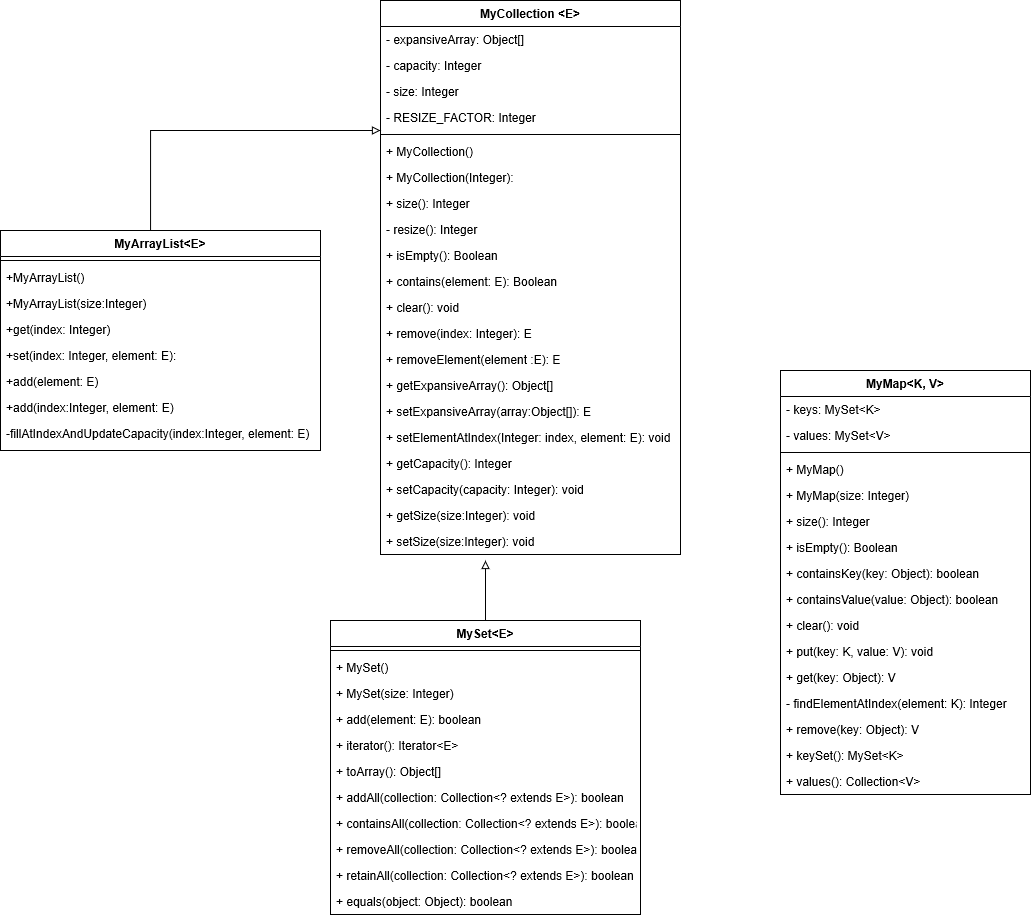
code-differently/StayReadyLab13 keeps this draw.io diagram as StayReadyLab13UML.png. Above is the earlier version. Source tidied: cells renumbered, new cells last; positions are measured from the earlier drawing's top-left corner, leaving out a move shared by most shapes.
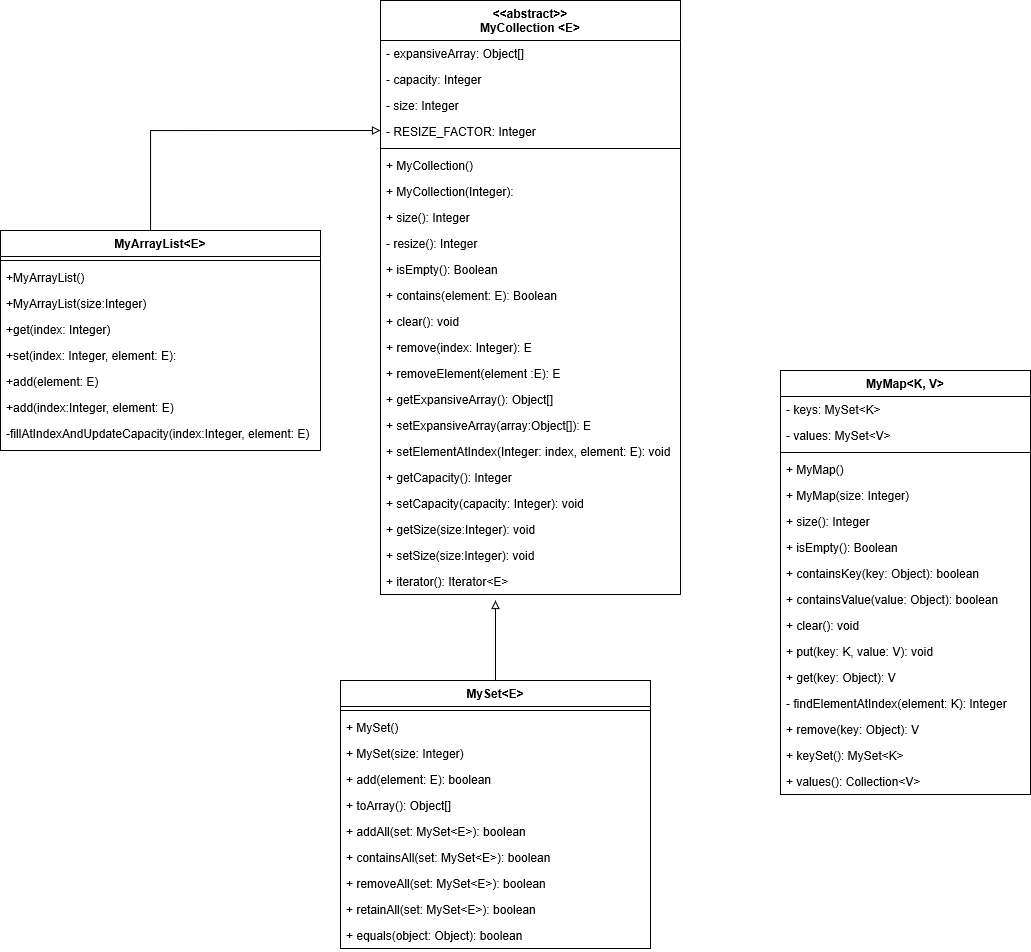
The same diagram one commit later.

Change to the diagram source:
```diff
@@ -37,113 +37,80 @@
     <mxCell id="11" value="-fillAtIndexAndUpdateCapacity(index:Integer, element: E)" style="text;align=left;verticalAlign=top;spacingLeft=4;spacingRight=4;overflow=hidden;" parent="3" vertex="1">
       <mxGeometry y="190" width="320" height="26" as="geometry" />
     </mxCell>
-    <mxCell id="12" value="MyCollection &lt;E&gt;" style="swimlane;fontStyle=1;align=center;verticalAlign=top;horizontal=1;startSize=26;" parent="1" vertex="1">
-      <mxGeometry x="380" width="300" height="554" as="geometry" />
+    <mxCell id="12" value="&lt;&lt;abstract&gt;&gt;&#10;MyCollection &lt;E&gt;" style="swimlane;fontStyle=1;align=center;verticalAlign=top;horizontal=1;startSize=40;" parent="1" vertex="1">
+      <mxGeometry x="380" width="300" height="594" as="geometry" />
     </mxCell>
     <mxCell id="13" value="- expansiveArray: Object[]" style="text;strokeColor=none;fillColor=none;align=left;verticalAlign=top;spacingLeft=4;spacingRight=4;overflow=hidden;" parent="12" vertex="1">
-      <mxGeometry y="26" width="300" height="26" as="geometry" />
+      <mxGeometry y="40" width="300" height="26" as="geometry" />
     </mxCell>
     <mxCell id="14" value="- capacity: Integer" style="text;strokeColor=none;fillColor=none;align=left;verticalAlign=top;spacingLeft=4;spacingRight=4;overflow=hidden;" parent="12" vertex="1">
-      <mxGeometry y="52" width="300" height="26" as="geometry" />
+      <mxGeometry y="66" width="300" height="26" as="geometry" />
     </mxCell>
     <mxCell id="15" value="- size: Integer" style="text;strokeColor=none;fillColor=none;align=left;verticalAlign=top;spacingLeft=4;spacingRight=4;overflow=hidden;" parent="12" vertex="1">
-      <mxGeometry y="78" width="300" height="26" as="geometry" />
+      <mxGeometry y="92" width="300" height="26" as="geometry" />
     </mxCell>
     <mxCell id="16" value="- RESIZE_FACTOR: Integer" style="text;strokeColor=none;fillColor=none;align=left;verticalAlign=top;spacingLeft=4;spacingRight=4;overflow=hidden;" parent="12" vertex="1">
-      <mxGeometry y="104" width="300" height="26" as="geometry" />
+      <mxGeometry y="118" width="300" height="26" as="geometry" />
     </mxCell>
     <mxCell id="17" style="line;strokeWidth=1;fillColor=none;align=left;verticalAlign=middle;spacingTop=-1;spacingLeft=3;spacingRight=3;labelPosition=right;" parent="12" vertex="1">
-      <mxGeometry y="130" width="300" height="8" as="geometry" />
+      <mxGeometry y="144" width="300" height="8" as="geometry" />
     </mxCell>
     <mxCell id="18" value="+ MyCollection()" style="text;strokeColor=none;fillColor=none;align=left;verticalAlign=top;spacingLeft=4;spacingRight=4;overflow=hidden;" parent="12" vertex="1">
-      <mxGeometry y="138" width="300" height="26" as="geometry" />
+      <mxGeometry y="152" width="300" height="26" as="geometry" />
     </mxCell>
     <mxCell id="19" value="+ MyCollection(Integer):" style="text;strokeColor=none;fillColor=none;align=left;verticalAlign=top;spacingLeft=4;spacingRight=4;overflow=hidden;" parent="12" vertex="1">
-      <mxGeometry y="164" width="300" height="26" as="geometry" />
+      <mxGeometry y="178" width="300" height="26" as="geometry" />
     </mxCell>
     <mxCell id="20" value="+ size(): Integer" style="text;strokeColor=none;fillColor=none;align=left;verticalAlign=top;spacingLeft=4;spacingRight=4;overflow=hidden;" parent="12" vertex="1">
-      <mxGeometry y="190" width="300" height="26" as="geometry" />
+      <mxGeometry y="204" width="300" height="26" as="geometry" />
     </mxCell>
     <mxCell id="21" value="- resize(): Integer" style="text;strokeColor=none;fillColor=none;align=left;verticalAlign=top;spacingLeft=4;spacingRight=4;overflow=hidden;" parent="12" vertex="1">
-      <mxGeometry y="216" width="300" height="26" as="geometry" />
+      <mxGeometry y="230" width="300" height="26" as="geometry" />
     </mxCell>
     <mxCell id="22" value="+ isEmpty(): Boolean" style="text;strokeColor=none;fillColor=none;align=left;verticalAlign=top;spacingLeft=4;spacingRight=4;overflow=hidden;" parent="12" vertex="1">
-      <mxGeometry y="242" width="300" height="26" as="geometry" />
+      <mxGeometry y="256" width="300" height="26" as="geometry" />
     </mxCell>
     <mxCell id="23" value="+ contains(element: E): Boolean" style="text;strokeColor=none;fillColor=none;align=left;verticalAlign=top;spacingLeft=4;spacingRight=4;overflow=hidden;" parent="12" vertex="1">
-      <mxGeometry y="268" width="300" height="26" as="geometry" />
+      <mxGeometry y="282" width="300" height="26" as="geometry" />
     </mxCell>
     <mxCell id="24" value="+ clear(): void" style="text;strokeColor=none;fillColor=none;align=left;verticalAlign=top;spacingLeft=4;spacingRight=4;overflow=hidden;" parent="12" vertex="1">
-      <mxGeometry y="294" width="300" height="26" as="geometry" />
+      <mxGeometry y="308" width="300" height="26" as="geometry" />
     </mxCell>
     <mxCell id="25" value="+ remove(index: Integer): E" style="text;strokeColor=none;fillColor=none;align=left;verticalAlign=top;spacingLeft=4;spacingRight=4;overflow=hidden;" parent="12" vertex="1">
-      <mxGeometry y="320" width="300" height="26" as="geometry" />
+      <mxGeometry y="334" width="300" height="26" as="geometry" />
     </mxCell>
     <mxCell id="26" value="+ removeElement(element :E): E" style="text;strokeColor=none;fillColor=none;align=left;verticalAlign=top;spacingLeft=4;spacingRight=4;overflow=hidden;" parent="12" vertex="1">
-      <mxGeometry y="346" width="300" height="26" as="geometry" />
+      <mxGeometry y="360" width="300" height="26" as="geometry" />
     </mxCell>
     <mxCell id="27" value="+ getExpansiveArray(): Object[]" style="text;strokeColor=none;fillColor=none;align=left;verticalAlign=top;spacingLeft=4;spacingRight=4;overflow=hidden;" parent="12" vertex="1">
-      <mxGeometry y="372" width="300" height="26" as="geometry" />
+      <mxGeometry y="386" width="300" height="26" as="geometry" />
     </mxCell>
     <mxCell id="28" value="+ setExpansiveArray(array:Object[]): E" style="text;strokeColor=none;fillColor=none;align=left;verticalAlign=top;spacingLeft=4;spacingRight=4;overflow=hidden;" parent="12" vertex="1">
-      <mxGeometry y="398" width="300" height="26" as="geometry" />
+      <mxGeometry y="412" width="300" height="26" as="geometry" />
     </mxCell>
     <mxCell id="29" value="+ setElementAtIndex(Integer: index, element: E): void" style="text;strokeColor=none;fillColor=none;align=left;verticalAlign=top;spacingLeft=4;spacingRight=4;overflow=hidden;" parent="12" vertex="1">
-      <mxGeometry y="424" width="300" height="26" as="geometry" />
+      <mxGeometry y="438" width="300" height="26" as="geometry" />
     </mxCell>
     <mxCell id="30" value="+ getCapacity(): Integer" style="text;strokeColor=none;fillColor=none;align=left;verticalAlign=top;spacingLeft=4;spacingRight=4;overflow=hidden;" parent="12" vertex="1">
-      <mxGeometry y="450" width="300" height="26" as="geometry" />
+      <mxGeometry y="464" width="300" height="26" as="geometry" />
     </mxCell>
     <mxCell id="31" value="+ setCapacity(capacity: Integer): void" style="text;strokeColor=none;fillColor=none;align=left;verticalAlign=top;spacingLeft=4;spacingRight=4;overflow=hidden;" parent="12" vertex="1">
-      <mxGeometry y="476" width="300" height="26" as="geometry" />
+      <mxGeometry y="490" width="300" height="26" as="geometry" />
     </mxCell>
     <mxCell id="32" value="+ getSize(size:Integer): void" style="text;strokeColor=none;fillColor=none;align=left;verticalAlign=top;spacingLeft=4;spacingRight=4;overflow=hidden;" parent="12" vertex="1">
-      <mxGeometry y="502" width="300" height="26" as="geometry" />
+      <mxGeometry y="516" width="300" height="26" as="geometry" />
     </mxCell>
     <mxCell id="33" value="+ setSize(size:Integer): void" style="text;strokeColor=none;fillColor=none;align=left;verticalAlign=top;spacingLeft=4;spacingRight=4;overflow=hidden;" parent="12" vertex="1">
-      <mxGeometry y="528" width="300" height="26" as="geometry" />
+      <mxGeometry y="542" width="300" height="26" as="geometry" />
     </mxCell>
+    <mxCell id="40" value="+ iterator(): Iterator&lt;E&gt;" style="text;strokeColor=none;fillColor=none;align=left;verticalAlign=top;spacingLeft=4;spacingRight=4;overflow=hidden;" parent="12" vertex="1">
+      <mxGeometry y="568" width="300" height="26" as="geometry" />
+    </mxCell>
     <mxCell id="34" style="edgeStyle=orthogonalEdgeStyle;rounded=0;jettySize=auto;html=1;endArrow=block;endFill=0;" parent="1" edge="1" source="35">
       <mxGeometry relative="1" as="geometry">
-        <mxPoint x="485" y="560" as="targetPoint" />
+        <mxPoint x="495" y="600" as="targetPoint" />
       </mxGeometry>
     </mxCell>
-    <mxCell id="35" value="MySet&lt;E&gt;" style="swimlane;fontStyle=1;align=center;verticalAlign=top;horizontal=1;startSize=26;" parent="1" vertex="1">
-      <mxGeometry x="330" y="620" width="310" height="294" as="geometry" />
-    </mxCell>
-    <mxCell id="36" style="line;strokeWidth=1;fillColor=none;align=left;verticalAlign=middle;spacingTop=-1;spacingLeft=3;spacingRight=3;labelPosition=right;" parent="35" vertex="1">
-      <mxGeometry y="26" width="310" height="8" as="geometry" />
-    </mxCell>
-    <mxCell id="37" value="+ MySet()" style="text;strokeColor=none;fillColor=none;align=left;verticalAlign=top;spacingLeft=4;spacingRight=4;overflow=hidden;" parent="35" vertex="1">
-      <mxGeometry y="34" width="310" height="26" as="geometry" />
-    </mxCell>
-    <mxCell id="38" value="+ MySet(size: Integer)" style="text;strokeColor=none;fillColor=none;align=left;verticalAlign=top;spacingLeft=4;spacingRight=4;overflow=hidden;" parent="35" vertex="1">
-      <mxGeometry y="60" width="310" height="26" as="geometry" />
-    </mxCell>
-    <mxCell id="39" value="+ add(element: E): boolean" style="text;strokeColor=none;fillColor=none;align=left;verticalAlign=top;spacingLeft=4;spacingRight=4;overflow=hidden;" parent="35" vertex="1">
-      <mxGeometry y="86" width="310" height="26" as="geometry" />
-    </mxCell>
-    <mxCell id="40" value="+ iterator(): Iterator&lt;E&gt;" style="text;strokeColor=none;fillColor=none;align=left;verticalAlign=top;spacingLeft=4;spacingRight=4;overflow=hidden;" parent="35" vertex="1">
-      <mxGeometry y="112" width="310" height="26" as="geometry" />
-    </mxCell>
-    <mxCell id="41" value="+ toArray(): Object[]" style="text;strokeColor=none;fillColor=none;align=left;verticalAlign=top;spacingLeft=4;spacingRight=4;overflow=hidden;" parent="35" vertex="1">
-      <mxGeometry y="138" width="310" height="26" as="geometry" />
-    </mxCell>
-    <mxCell id="42" value="+ addAll(collection: Collection&lt;? extends E&gt;): boolean" style="text;strokeColor=none;fillColor=none;align=left;verticalAlign=top;spacingLeft=4;spacingRight=4;overflow=hidden;" parent="35" vertex="1">
-      <mxGeometry y="164" width="310" height="26" as="geometry" />
-    </mxCell>
-    <mxCell id="43" value="+ containsAll(collection: Collection&lt;? extends E&gt;): boolean" style="text;strokeColor=none;fillColor=none;align=left;verticalAlign=top;spacingLeft=4;spacingRight=4;overflow=hidden;" parent="35" vertex="1">
-      <mxGeometry y="190" width="310" height="26" as="geometry" />
-    </mxCell>
-    <mxCell id="44" value="+ removeAll(collection: Collection&lt;? extends E&gt;): boolean" style="text;strokeColor=none;fillColor=none;align=left;verticalAlign=top;spacingLeft=4;spacingRight=4;overflow=hidden;" parent="35" vertex="1">
-      <mxGeometry y="216" width="310" height="26" as="geometry" />
-    </mxCell>
-    <mxCell id="45" value="+ retainAll(collection: Collection&lt;? extends E&gt;): boolean" style="text;strokeColor=none;fillColor=none;align=left;verticalAlign=top;spacingLeft=4;spacingRight=4;overflow=hidden;" parent="35" vertex="1">
-      <mxGeometry y="242" width="310" height="26" as="geometry" />
-    </mxCell>
-    <mxCell id="46" value="+ equals(object: Object): boolean" style="text;strokeColor=none;fillColor=none;align=left;verticalAlign=top;spacingLeft=4;spacingRight=4;overflow=hidden;" parent="35" vertex="1">
-      <mxGeometry y="268" width="310" height="26" as="geometry" />
-    </mxCell>
     <mxCell id="47" value="MyMap&lt;K, V&gt;" style="swimlane;fontStyle=1;align=center;verticalAlign=top;horizontal=1;startSize=26;" parent="1" vertex="1">
       <mxGeometry x="780" y="370" width="250" height="424" as="geometry" />
     </mxCell>
@@ -195,5 +162,38 @@
     <mxCell id="63" value="+ values(): Collection&lt;V&gt;" style="text;strokeColor=none;fillColor=none;align=left;verticalAlign=top;spacingLeft=4;spacingRight=4;overflow=hidden;" parent="47" vertex="1">
       <mxGeometry y="398" width="250" height="26" as="geometry" />
     </mxCell>
+    <mxCell id="35" value="MySet&lt;E&gt;" style="swimlane;fontStyle=1;align=center;verticalAlign=top;horizontal=1;startSize=26;" parent="1" vertex="1">
+      <mxGeometry x="340" y="680" width="310" height="268" as="geometry" />
+    </mxCell>
+    <mxCell id="36" style="line;strokeWidth=1;fillColor=none;align=left;verticalAlign=middle;spacingTop=-1;spacingLeft=3;spacingRight=3;labelPosition=right;" parent="35" vertex="1">
+      <mxGeometry y="26" width="310" height="8" as="geometry" />
+    </mxCell>
+    <mxCell id="37" value="+ MySet()" style="text;strokeColor=none;fillColor=none;align=left;verticalAlign=top;spacingLeft=4;spacingRight=4;overflow=hidden;" parent="35" vertex="1">
+      <mxGeometry y="34" width="310" height="26" as="geometry" />
+    </mxCell>
+    <mxCell id="38" value="+ MySet(size: Integer)" style="text;strokeColor=none;fillColor=none;align=left;verticalAlign=top;spacingLeft=4;spacingRight=4;overflow=hidden;" parent="35" vertex="1">
+      <mxGeometry y="60" width="310" height="26" as="geometry" />
+    </mxCell>
+    <mxCell id="39" value="+ add(element: E): boolean" style="text;strokeColor=none;fillColor=none;align=left;verticalAlign=top;spacingLeft=4;spacingRight=4;overflow=hidden;" parent="35" vertex="1">
+      <mxGeometry y="86" width="310" height="26" as="geometry" />
+    </mxCell>
+    <mxCell id="41" value="+ toArray(): Object[]" style="text;strokeColor=none;fillColor=none;align=left;verticalAlign=top;spacingLeft=4;spacingRight=4;overflow=hidden;" parent="35" vertex="1">
+      <mxGeometry y="112" width="310" height="26" as="geometry" />
+    </mxCell>
+    <mxCell id="42" value="+ addAll(set: MySet&lt;E&gt;): boolean" style="text;strokeColor=none;fillColor=none;align=left;verticalAlign=top;spacingLeft=4;spacingRight=4;overflow=hidden;" parent="35" vertex="1">
+      <mxGeometry y="138" width="310" height="26" as="geometry" />
+    </mxCell>
+    <mxCell id="43" value="+ containsAll(set: MySet&lt;E&gt;): boolean" style="text;strokeColor=none;fillColor=none;align=left;verticalAlign=top;spacingLeft=4;spacingRight=4;overflow=hidden;" parent="35" vertex="1">
+      <mxGeometry y="164" width="310" height="26" as="geometry" />
+    </mxCell>
+    <mxCell id="44" value="+ removeAll(set: MySet&lt;E&gt;): boolean" style="text;strokeColor=none;fillColor=none;align=left;verticalAlign=top;spacingLeft=4;spacingRight=4;overflow=hidden;" parent="35" vertex="1">
+      <mxGeometry y="190" width="310" height="26" as="geometry" />
+    </mxCell>
+    <mxCell id="45" value="+ retainAll(set: MySet&lt;E&gt;): boolean" style="text;strokeColor=none;fillColor=none;align=left;verticalAlign=top;spacingLeft=4;spacingRight=4;overflow=hidden;" parent="35" vertex="1">
+      <mxGeometry y="216" width="310" height="26" as="geometry" />
+    </mxCell>
+    <mxCell id="46" value="+ equals(object: Object): boolean" style="text;strokeColor=none;fillColor=none;align=left;verticalAlign=top;spacingLeft=4;spacingRight=4;overflow=hidden;" parent="35" vertex="1">
+      <mxGeometry y="242" width="310" height="26" as="geometry" />
+    </mxCell>
   </root>
 </mxGraphModel>
```
